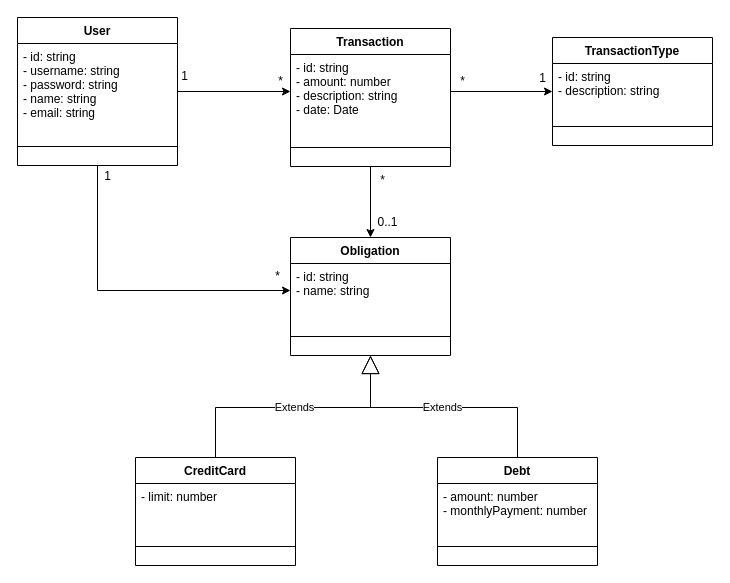
This is page "Entities" (2 of 2) of budget-app.drawio from acastillo9/budget, a draw.io file, before an edit. Source tidied: cells renumbered, new cells numbered last; positions are measured from the earlier drawing's top-left corner, leaving out a move shared by most shapes. Both pictures are drawn from the tidied source at 100%, with x=0, y=0 at pixel (17, 17).
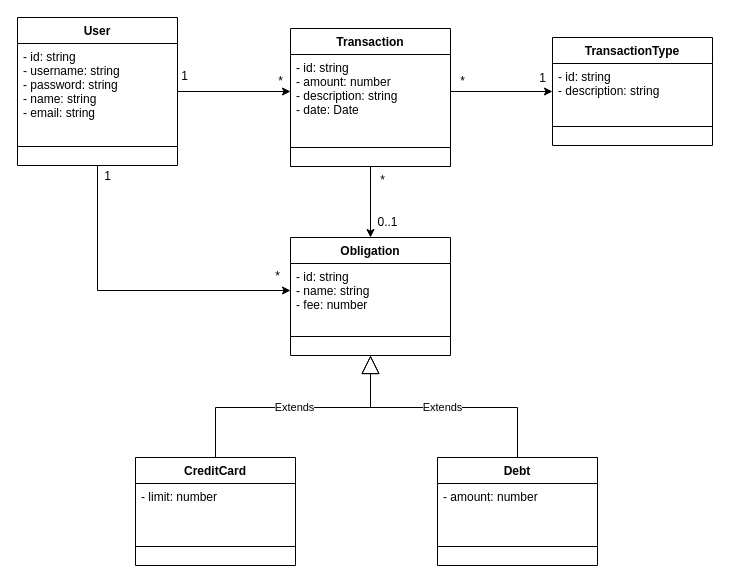
The same diagram, later.

The change refers to these unchanged cells:
```xml
<mxCell id="18" value="Obligation" style="swimlane;fontStyle=1;align=center;verticalAlign=top;horizontal=1;startSize=26;" parent="1" vertex="1">
  <mxGeometry x="273" y="220" width="160" height="118" as="geometry" />
</mxCell>
<mxCell id="26" value="Debt" style="swimlane;fontStyle=1;align=center;verticalAlign=top;horizontal=1;startSize=26;" parent="1" vertex="1">
  <mxGeometry x="420" y="440" width="160" height="108" as="geometry" />
</mxCell>
```

Change to the diagram source:
```diff
@@
-    <mxCell id="19" value="- id: string&#10;- name: string" style="text;strokeColor=none;fillColor=none;align=left;verticalAlign=top;spacingLeft=4;spacingRight=4;overflow=hidden;points=[[0,0.5],[1,0.5]];portConstraint=eastwest;" parent="18" vertex="1">
+    <mxCell id="19" value="- id: string&#10;- name: string&#10;- fee: number" style="text;strokeColor=none;fillColor=none;align=left;verticalAlign=top;spacingLeft=4;spacingRight=4;overflow=hidden;points=[[0,0.5],[1,0.5]];portConstraint=eastwest;" parent="18" vertex="1">
       <mxGeometry y="26" width="160" height="54" as="geometry" />
     </mxCell>
@@
-    <mxCell id="27" value="- amount: number&#10;- monthlyPayment: number" style="text;strokeColor=none;fillColor=none;align=left;verticalAlign=top;spacingLeft=4;spacingRight=4;overflow=hidden;" parent="26" vertex="1">
+    <mxCell id="27" value="- amount: number" style="text;strokeColor=none;fillColor=none;align=left;verticalAlign=top;spacingLeft=4;spacingRight=4;overflow=hidden;" parent="26" vertex="1">
       <mxGeometry y="26" width="160" height="44" as="geometry" />
     </mxCell>
```
